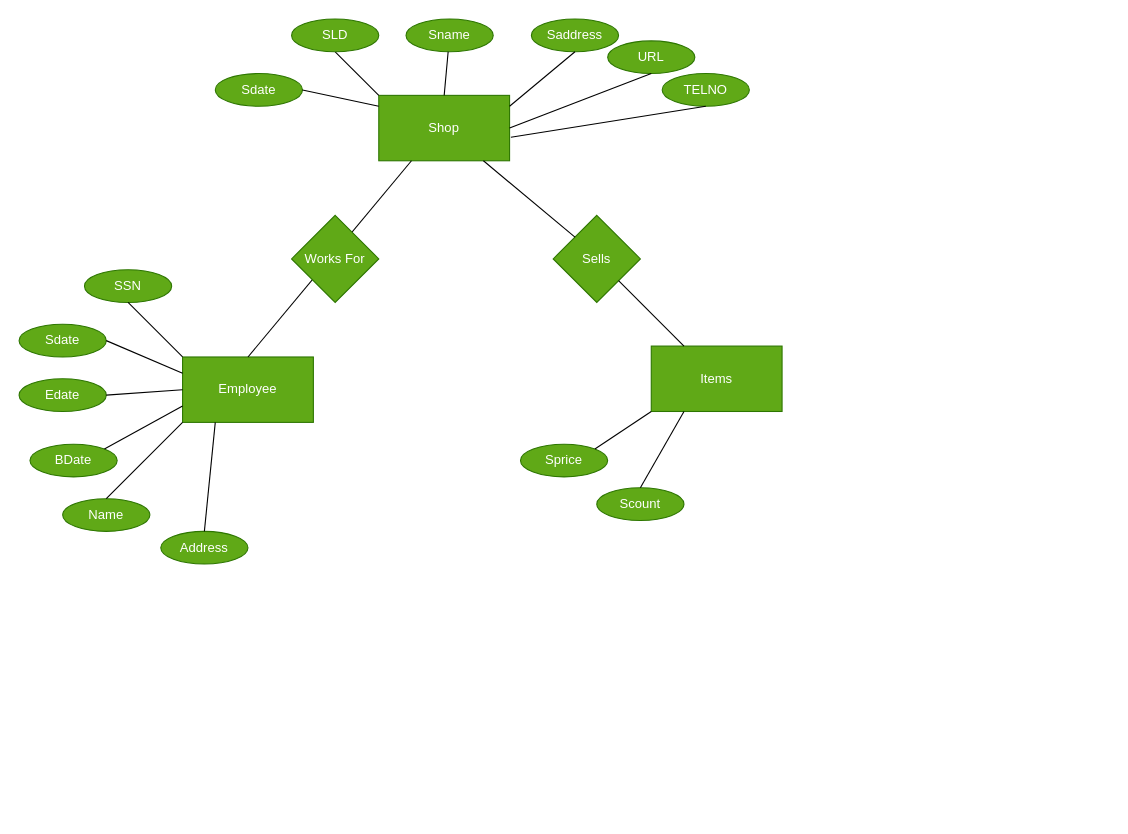
Above: EER_Diagram.drawio in n1ck007/cse3330_project (draw.io), before the change. Source tidied: cells renumbered, new cells numbered last; positions are measured from the earlier drawing's top-left corner, leaving out a move shared by most shapes. Both pictures are drawn from the tidied source at 109%, with x=0, y=0 at pixel (19, 19).
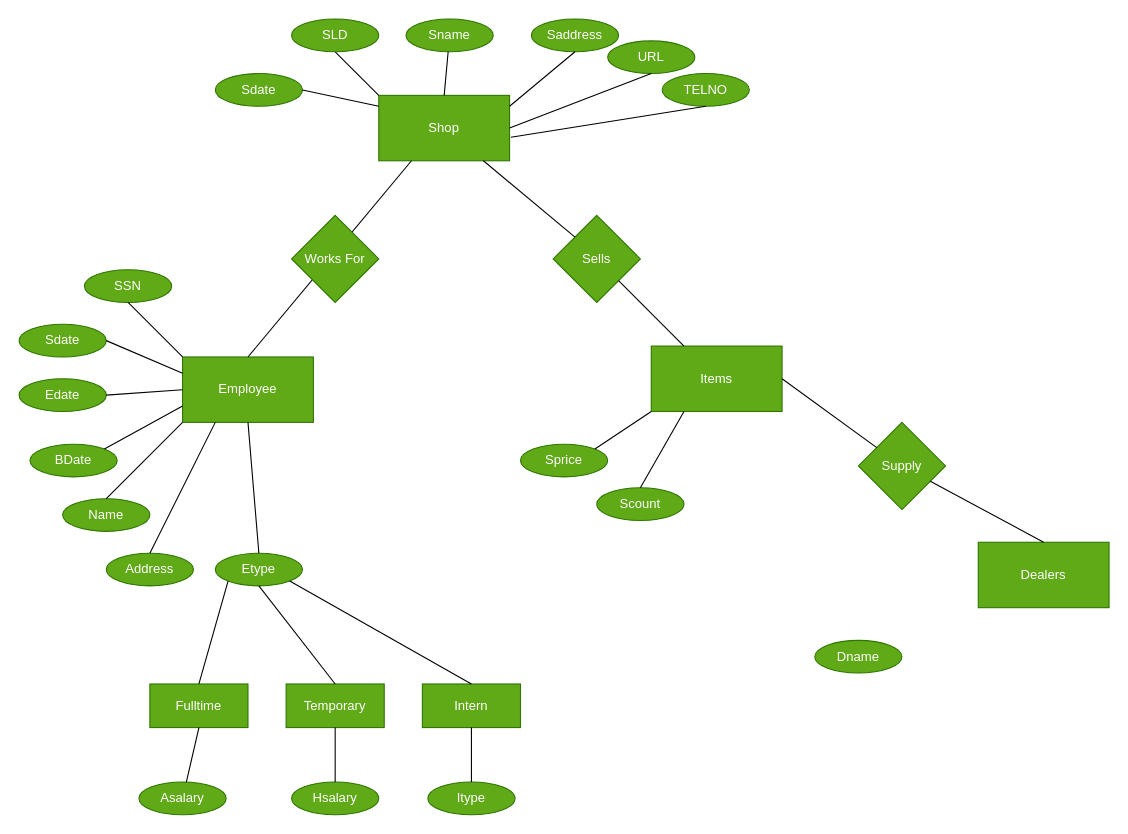
The same page after the edit.

Commit message:
Employee types done

Unchanged cells that the change refers to:
```xml
<mxCell id="15" value="Employee" style="rounded=0;whiteSpace=wrap;html=1;fillColor=#60a917;fontColor=#ffffff;strokeColor=#2D7600;" parent="1" vertex="1">
  <mxGeometry x="150" y="310" width="120" height="60" as="geometry" />
</mxCell>
<mxCell id="32" value="Items" style="rounded=0;whiteSpace=wrap;html=1;fillColor=#60a917;fontColor=#ffffff;strokeColor=#2D7600;" parent="1" vertex="1">
  <mxGeometry x="580" y="300" width="120" height="60" as="geometry" />
</mxCell>
```

Diff of the diagram source:
```diff
@@
     <mxCell id="23" value="Address" style="ellipse;whiteSpace=wrap;html=1;fillColor=#60a917;fontColor=#ffffff;strokeColor=#2D7600;" parent="1" vertex="1">
-      <mxGeometry x="130" y="470" width="80" height="30" as="geometry" />
+      <mxGeometry x="80" y="490" width="80" height="30" as="geometry" />
     </mxCell>
@@
+    <mxCell id="38" value="Dealers" style="rounded=0;whiteSpace=wrap;html=1;fillColor=#60a917;fontColor=#ffffff;strokeColor=#2D7600;" parent="1" vertex="1">
+      <mxGeometry x="880" y="480" width="120" height="60" as="geometry" />
+    </mxCell>
+    <mxCell id="39" value="Supply" style="rhombus;whiteSpace=wrap;html=1;fillColor=#60a917;fontColor=#ffffff;strokeColor=#2D7600;" parent="1" vertex="1">
+      <mxGeometry x="770" y="370" width="80" height="80" as="geometry" />
+    </mxCell>
+    <mxCell id="40" style="endArrow=none;html=1;rounded=0;exitX=0.5;exitY=0;exitDx=0;exitDy=0;" parent="1" edge="1" source="38" target="39">
+      <mxGeometry relative="1" as="geometry" />
+    </mxCell>
+    <mxCell id="41" style="endArrow=none;html=1;rounded=0;entryX=1;entryY=0.5;entryDx=0;entryDy=0;" parent="1" edge="1" source="39" target="32">
+      <mxGeometry relative="1" as="geometry" />
+    </mxCell>
+    <mxCell id="42" value="Dname" style="ellipse;whiteSpace=wrap;html=1;fillColor=#60a917;fontColor=#ffffff;strokeColor=#2D7600;" parent="1" vertex="1">
+      <mxGeometry x="730" y="570" width="80" height="30" as="geometry" />
+    </mxCell>
+    <mxCell id="43" value="Etype" style="ellipse;whiteSpace=wrap;html=1;fillColor=#60a917;fontColor=#ffffff;strokeColor=#2D7600;" parent="1" vertex="1">
+      <mxGeometry x="180" y="490" width="80" height="30" as="geometry" />
+    </mxCell>
+    <mxCell id="44" style="endArrow=none;html=1;rounded=0;exitX=0.5;exitY=0;exitDx=0;exitDy=0;entryX=0.5;entryY=1;entryDx=0;entryDy=0;" parent="1" edge="1" source="43" target="15">
+      <mxGeometry relative="1" as="geometry" />
+    </mxCell>
+    <mxCell id="45" value="Fulltime" style="rounded=0;whiteSpace=wrap;html=1;fillColor=#60a917;fontColor=#ffffff;strokeColor=#2D7600;" parent="1" vertex="1">
+      <mxGeometry x="120" y="610" width="90" height="40" as="geometry" />
+    </mxCell>
+    <mxCell id="46" value="&amp;nbsp;Temporary&amp;nbsp;" style="rounded=0;whiteSpace=wrap;html=1;fillColor=#60a917;fontColor=#ffffff;strokeColor=#2D7600;" parent="1" vertex="1">
+      <mxGeometry x="245" y="610" width="90" height="40" as="geometry" />
+    </mxCell>
+    <mxCell id="47" value="Intern" style="rounded=0;whiteSpace=wrap;html=1;fillColor=#60a917;fontColor=#ffffff;strokeColor=#2D7600;" parent="1" vertex="1">
+      <mxGeometry x="370" y="610" width="90" height="40" as="geometry" />
+    </mxCell>
+    <mxCell id="48" style="endArrow=none;html=1;rounded=0;exitX=0.5;exitY=0;exitDx=0;exitDy=0;entryX=0;entryY=1;entryDx=0;entryDy=0;" parent="1" edge="1" source="45" target="43">
+      <mxGeometry relative="1" as="geometry" />
+    </mxCell>
+    <mxCell id="49" style="endArrow=none;html=1;rounded=0;exitX=0.5;exitY=0;exitDx=0;exitDy=0;entryX=0.5;entryY=1;entryDx=0;entryDy=0;" parent="1" edge="1" source="46" target="43">
+      <mxGeometry relative="1" as="geometry" />
+    </mxCell>
+    <mxCell id="50" style="endArrow=none;html=1;rounded=0;exitX=0.5;exitY=0;exitDx=0;exitDy=0;entryX=1;entryY=1;entryDx=0;entryDy=0;" parent="1" edge="1" source="47" target="43">
+      <mxGeometry relative="1" as="geometry" />
+    </mxCell>
+    <mxCell id="51" value="Asalary" style="ellipse;whiteSpace=wrap;html=1;fillColor=#60a917;fontColor=#ffffff;strokeColor=#2D7600;" parent="1" vertex="1">
+      <mxGeometry x="110" y="700" width="80" height="30" as="geometry" />
+    </mxCell>
+    <mxCell id="52" value="Hsalary" style="ellipse;whiteSpace=wrap;html=1;fillColor=#60a917;fontColor=#ffffff;strokeColor=#2D7600;" parent="1" vertex="1">
+      <mxGeometry x="250" y="700" width="80" height="30" as="geometry" />
+    </mxCell>
+    <mxCell id="53" value="Itype" style="ellipse;whiteSpace=wrap;html=1;fillColor=#60a917;fontColor=#ffffff;strokeColor=#2D7600;" parent="1" vertex="1">
+      <mxGeometry x="375" y="700" width="80" height="30" as="geometry" />
+    </mxCell>
+    <mxCell id="54" style="endArrow=none;html=1;rounded=0;entryX=0.5;entryY=1;entryDx=0;entryDy=0;" parent="1" edge="1" source="51" target="45">
+      <mxGeometry relative="1" as="geometry" />
+    </mxCell>
+    <mxCell id="55" style="endArrow=none;html=1;rounded=0;entryX=0.5;entryY=1;entryDx=0;entryDy=0;exitX=0.5;exitY=0;exitDx=0;exitDy=0;" parent="1" edge="1" source="52" target="46">
+      <mxGeometry relative="1" as="geometry" />
+    </mxCell>
+    <mxCell id="56" style="endArrow=none;html=1;rounded=0;entryX=0.5;entryY=1;entryDx=0;entryDy=0;exitX=0.5;exitY=0;exitDx=0;exitDy=0;" parent="1" edge="1" source="53" target="47">
+      <mxGeometry relative="1" as="geometry" />
+    </mxCell>
```
